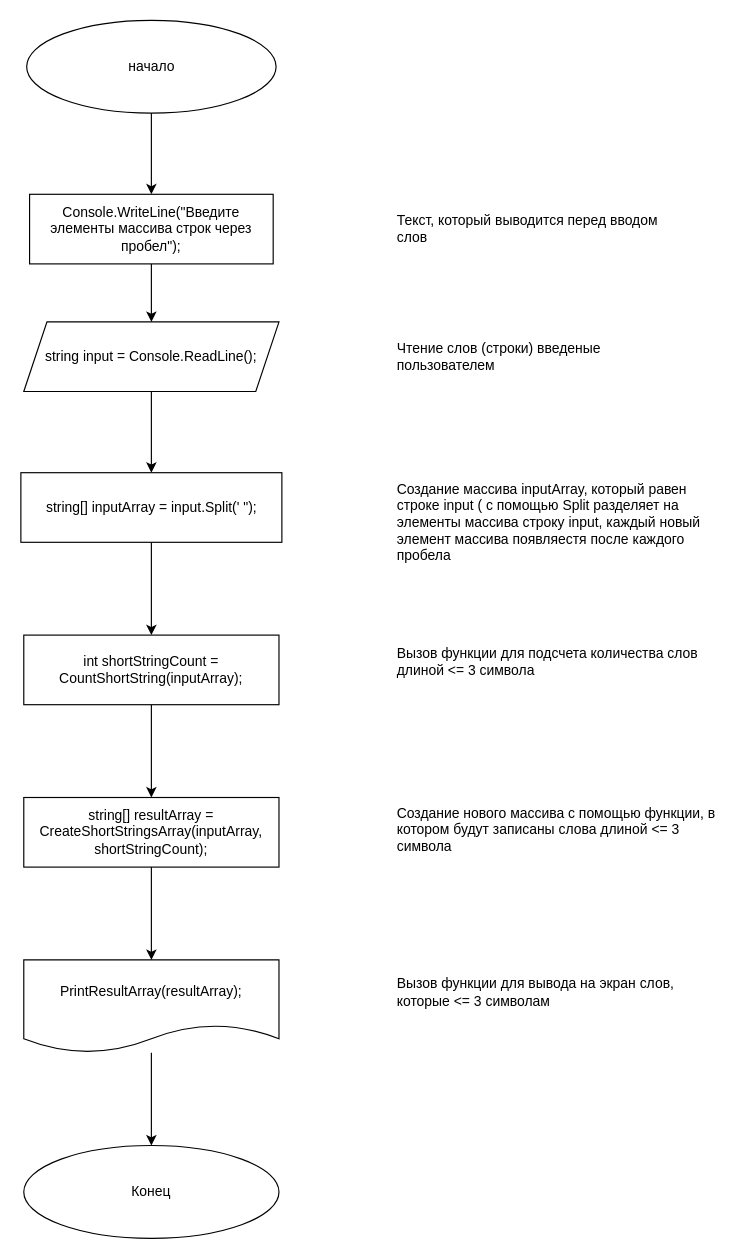
Earlier version of the draw.io diagram page "Блок-схема кода" (1 of 3) of блок схема.drawio (kkssiinn/-). Source tidied: cells renumbered, new cells numbered last; positions are measured from the earlier drawing's top-left corner, leaving out a move shared by most shapes. Both pictures are drawn from the tidied source at 116%, with x=0, y=0 at pixel (21, 20).
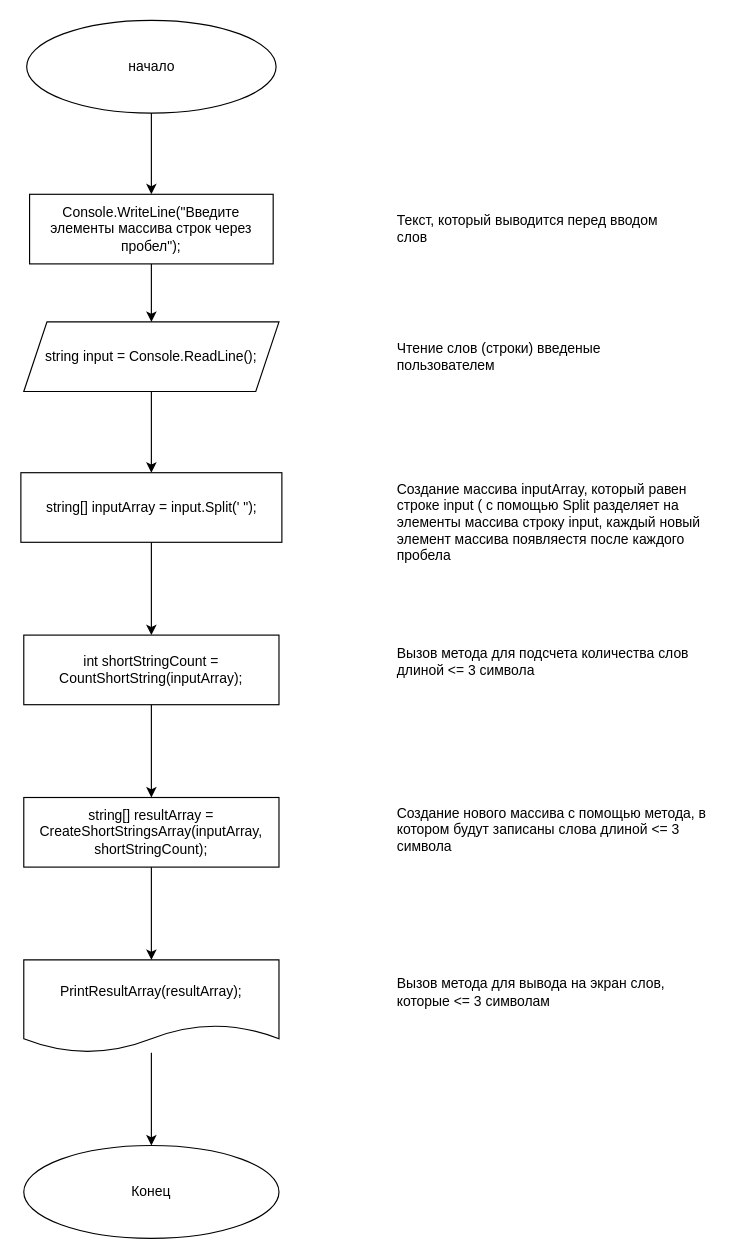
Above is the later version.

What changed in the source:
```diff
@@
-    <mxCell id="15" value="&lt;div style=&quot;&quot;&gt;Вызов функции для подсчета количества слов длиной &amp;lt;= 3 символа&lt;/div&gt;" style="text;html=1;align=left;verticalAlign=middle;whiteSpace=wrap;rounded=0;" parent="1" vertex="1">
+    <mxCell id="15" value="&lt;div style=&quot;&quot;&gt;Вызов метода для подсчета количества слов длиной &amp;lt;= 3 символа&lt;/div&gt;" style="text;html=1;align=left;verticalAlign=middle;whiteSpace=wrap;rounded=0;" parent="1" vertex="1">
       <mxGeometry x="322" y="525" width="280" height="55" as="geometry" />
     </mxCell>
@@
-    <mxCell id="18" value="&lt;div style=&quot;&quot;&gt;Создание нового массива с помощью функции, в котором будут записаны слова длиной &amp;lt;= 3 символа&lt;/div&gt;" style="text;html=1;align=left;verticalAlign=middle;whiteSpace=wrap;rounded=0;" parent="1" vertex="1">
+    <mxCell id="18" value="&lt;div style=&quot;&quot;&gt;Создание нового массива с помощью метода, в котором будут записаны слова длиной &amp;lt;= 3 символа&lt;/div&gt;" style="text;html=1;align=left;verticalAlign=middle;whiteSpace=wrap;rounded=0;" parent="1" vertex="1">
       <mxGeometry x="322" y="670" width="280" height="55" as="geometry" />
     </mxCell>
@@
-    <mxCell id="21" value="&lt;div style=&quot;&quot;&gt;Вызов функции для вывода на экран слов, которые &amp;lt;= 3 символам&lt;/div&gt;" style="text;html=1;align=left;verticalAlign=middle;whiteSpace=wrap;rounded=0;" parent="1" vertex="1">
+    <mxCell id="21" value="&lt;div style=&quot;&quot;&gt;Вызов метода для вывода на экран слов, которые &amp;lt;= 3 символам&lt;/div&gt;" style="text;html=1;align=left;verticalAlign=middle;whiteSpace=wrap;rounded=0;" parent="1" vertex="1">
       <mxGeometry x="322" y="810" width="280" height="55" as="geometry" />
     </mxCell>
```
